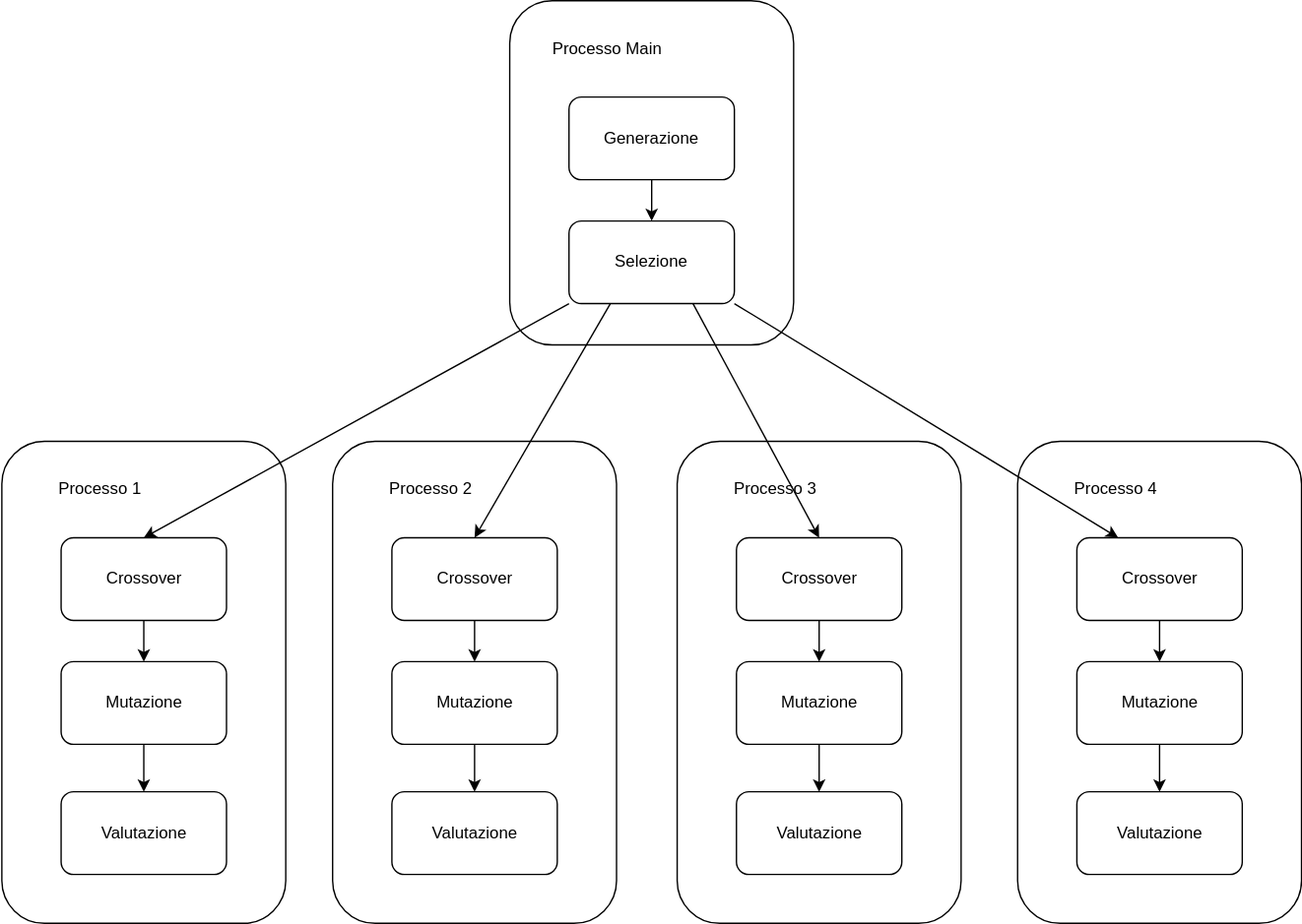
Earlier version of the draw.io export notes/images/modello2.svg (FedericoBustaffa/thesis). Source tidied: cells renumbered, new cells last; positions are measured from the earlier drawing's top-left corner, leaving out a move shared by most shapes.
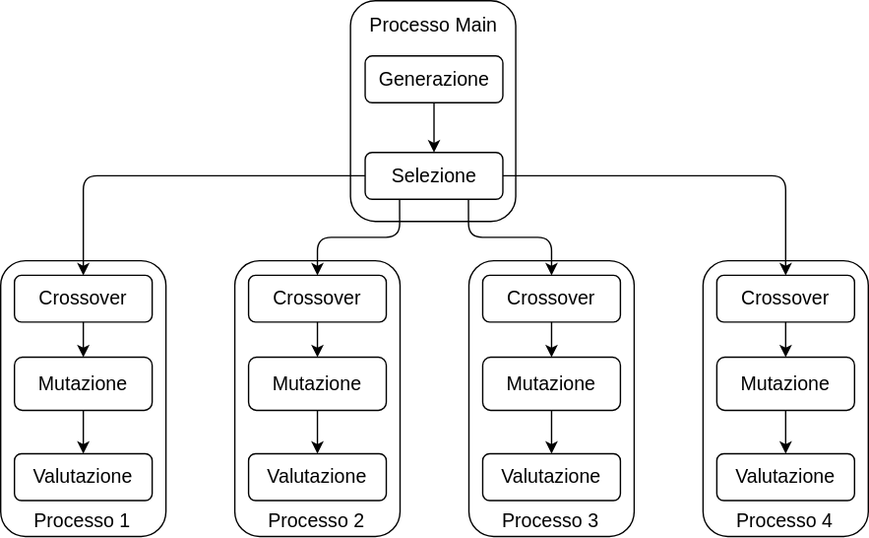
Later version of the same file.

What changed in the source:
```diff
@@ -2,116 +2,116 @@
   <root>
     <mxCell id="0" />
     <mxCell id="1" parent="0" />
-    <mxCell id="2" style="rounded=1;whiteSpace=wrap;html=1;" parent="1" vertex="1">
-      <mxGeometry x="368" width="206" height="250" as="geometry" />
+    <mxCell id="2" style="rounded=1;whiteSpace=wrap;html=1;fontSize=14;" parent="1" vertex="1">
+      <mxGeometry x="322" y="-30" width="120" height="160" as="geometry" />
     </mxCell>
-    <mxCell id="3" value="Processo Main" style="text;html=1;strokeColor=none;fillColor=none;align=center;verticalAlign=middle;whiteSpace=wrap;rounded=0;" parent="1" vertex="1">
-      <mxGeometry x="394" y="20" width="90" height="30" as="geometry" />
+    <mxCell id="3" value="Processo Main" style="text;html=1;strokeColor=none;fillColor=none;align=center;verticalAlign=middle;whiteSpace=wrap;rounded=0;fontSize=14;" parent="1" vertex="1">
+      <mxGeometry x="332.5" y="-20" width="99" height="17" as="geometry" />
     </mxCell>
-    <mxCell id="4" style="edgeStyle=none;html=1;exitX=0.5;exitY=1;exitDx=0;exitDy=0;entryX=0.5;entryY=0;entryDx=0;entryDy=0;" parent="1" edge="1" source="5" target="6">
-      <mxGeometry relative="1" as="geometry" />
-    </mxCell>
-    <mxCell id="5" value="Generazione" style="rounded=1;whiteSpace=wrap;html=1;" parent="1" vertex="1">
-      <mxGeometry x="411" y="70" width="120" height="60" as="geometry" />
+    <mxCell id="5" value="Generazione" style="rounded=1;whiteSpace=wrap;html=1;fontSize=14;" parent="1" vertex="1">
+      <mxGeometry x="332.6" y="10" width="100" height="33.9" as="geometry" />
     </mxCell>
-    <mxCell id="6" value="Selezione" style="rounded=1;whiteSpace=wrap;html=1;" parent="1" vertex="1">
-      <mxGeometry x="411" y="160" width="120" height="60" as="geometry" />
+    <mxCell id="6" value="Selezione" style="rounded=1;whiteSpace=wrap;html=1;fontSize=14;" parent="1" vertex="1">
+      <mxGeometry x="332.6" y="80" width="100" height="33.9" as="geometry" />
     </mxCell>
+    <mxCell id="4" style="edgeStyle=none;html=1;exitX=0.5;exitY=1;exitDx=0;exitDy=0;fontSize=14;" parent="1" edge="1" source="5" target="6">
+      <mxGeometry relative="1" as="geometry" />
+    </mxCell>
-    <mxCell id="7" style="rounded=1;whiteSpace=wrap;html=1;" parent="1" vertex="1">
-      <mxGeometry x="-0.5" y="320" width="206" height="350" as="geometry" />
+    <mxCell id="7" style="rounded=1;whiteSpace=wrap;html=1;fontSize=14;" parent="1" vertex="1">
+      <mxGeometry x="68" y="158.5" width="120" height="200" as="geometry" />
     </mxCell>
-    <mxCell id="8" value="Processo 1" style="text;html=1;strokeColor=none;fillColor=none;align=center;verticalAlign=middle;whiteSpace=wrap;rounded=0;" parent="1" vertex="1">
-      <mxGeometry x="25.5" y="340" width="90" height="30" as="geometry" />
+    <mxCell id="8" value="Processo 1" style="text;html=1;strokeColor=none;fillColor=none;align=center;verticalAlign=middle;whiteSpace=wrap;rounded=0;fontSize=14;" parent="1" vertex="1">
+      <mxGeometry x="85.4" y="338.5" width="85.3" height="17" as="geometry" />
     </mxCell>
+    <mxCell id="10" value="Crossover" style="rounded=1;whiteSpace=wrap;html=1;fontSize=14;" parent="1" vertex="1">
+      <mxGeometry x="78" y="169.1" width="100" height="33.9" as="geometry" />
+    </mxCell>
+    <mxCell id="12" value="Mutazione" style="rounded=1;whiteSpace=wrap;html=1;fontSize=14;" parent="1" vertex="1">
+      <mxGeometry x="78" y="228.5" width="100" height="38.5" as="geometry" />
+    </mxCell>
-    <mxCell id="9" style="edgeStyle=none;html=1;entryX=0.5;entryY=0;entryDx=0;entryDy=0;" parent="1" edge="1" source="10" target="12">
+    <mxCell id="9" style="edgeStyle=none;html=1;entryX=0.5;entryY=0;entryDx=0;entryDy=0;fontSize=14;" parent="1" edge="1" source="10" target="12">
       <mxGeometry relative="1" as="geometry" />
     </mxCell>
-    <mxCell id="10" value="Crossover" style="rounded=1;whiteSpace=wrap;html=1;" parent="1" vertex="1">
-      <mxGeometry x="42.5" y="390" width="120" height="60" as="geometry" />
-    </mxCell>
+    <mxCell id="13" value="Valutazione" style="rounded=1;whiteSpace=wrap;html=1;fontSize=14;" parent="1" vertex="1">
+      <mxGeometry x="78" y="298.5" width="100" height="33.9" as="geometry" />
+    </mxCell>
-    <mxCell id="11" style="edgeStyle=none;html=1;entryX=0.5;entryY=0;entryDx=0;entryDy=0;" parent="1" edge="1" source="12" target="13">
+    <mxCell id="11" style="edgeStyle=none;html=1;entryX=0.5;entryY=0;entryDx=0;entryDy=0;fontSize=14;" parent="1" edge="1" source="12" target="13">
       <mxGeometry relative="1" as="geometry" />
     </mxCell>
-    <mxCell id="12" value="Mutazione" style="rounded=1;whiteSpace=wrap;html=1;" parent="1" vertex="1">
-      <mxGeometry x="42.5" y="480" width="120" height="60" as="geometry" />
-    </mxCell>
-    <mxCell id="13" value="Valutazione" style="rounded=1;whiteSpace=wrap;html=1;" parent="1" vertex="1">
-      <mxGeometry x="42.5" y="574.5" width="120" height="60" as="geometry" />
-    </mxCell>
-    <mxCell id="14" style="rounded=1;whiteSpace=wrap;html=1;" parent="1" vertex="1">
-      <mxGeometry x="239.5" y="320" width="206" height="350" as="geometry" />
-    </mxCell>
+    <mxCell id="39" style="rounded=1;whiteSpace=wrap;html=1;fontSize=14;" parent="1" vertex="1">
+      <mxGeometry x="238" y="158.5" width="120" height="200" as="geometry" />
+    </mxCell>
-    <mxCell id="15" value="Processo 2" style="text;html=1;strokeColor=none;fillColor=none;align=center;verticalAlign=middle;whiteSpace=wrap;rounded=0;" parent="1" vertex="1">
-      <mxGeometry x="265.5" y="340" width="90" height="30" as="geometry" />
+    <mxCell id="15" value="Processo 2" style="text;html=1;strokeColor=none;fillColor=none;align=center;verticalAlign=middle;whiteSpace=wrap;rounded=0;fontSize=14;" parent="1" vertex="1">
+      <mxGeometry x="255.4" y="338.5" width="85.3" height="17" as="geometry" />
     </mxCell>
-    <mxCell id="16" style="edgeStyle=none;html=1;entryX=0.5;entryY=0;entryDx=0;entryDy=0;" parent="1" edge="1" source="17" target="19">
-      <mxGeometry relative="1" as="geometry" />
-    </mxCell>
-    <mxCell id="17" value="Crossover" style="rounded=1;whiteSpace=wrap;html=1;" parent="1" vertex="1">
-      <mxGeometry x="282.5" y="390" width="120" height="60" as="geometry" />
-    </mxCell>
-    <mxCell id="18" style="edgeStyle=none;html=1;entryX=0.5;entryY=0;entryDx=0;entryDy=0;" parent="1" edge="1" source="19" target="20">
-      <mxGeometry relative="1" as="geometry" />
-    </mxCell>
-    <mxCell id="19" value="Mutazione" style="rounded=1;whiteSpace=wrap;html=1;" parent="1" vertex="1">
-      <mxGeometry x="282.5" y="480" width="120" height="60" as="geometry" />
-    </mxCell>
-    <mxCell id="20" value="Valutazione" style="rounded=1;whiteSpace=wrap;html=1;" parent="1" vertex="1">
-      <mxGeometry x="282.5" y="574.5" width="120" height="60" as="geometry" />
-    </mxCell>
-    <mxCell id="21" style="rounded=1;whiteSpace=wrap;html=1;" parent="1" vertex="1">
-      <mxGeometry x="489.5" y="320" width="206" height="350" as="geometry" />
-    </mxCell>
+    <mxCell id="40" value="Crossover" style="rounded=1;whiteSpace=wrap;html=1;fontSize=14;" parent="1" vertex="1">
+      <mxGeometry x="248" y="169.1" width="100" height="33.9" as="geometry" />
+    </mxCell>
+    <mxCell id="41" value="Mutazione" style="rounded=1;whiteSpace=wrap;html=1;fontSize=14;" parent="1" vertex="1">
+      <mxGeometry x="248" y="228.5" width="100" height="38.5" as="geometry" />
+    </mxCell>
+    <mxCell id="42" style="edgeStyle=none;html=1;entryX=0.5;entryY=0;entryDx=0;entryDy=0;fontSize=14;" parent="1" edge="1" source="40" target="41">
+      <mxGeometry relative="1" as="geometry" />
+    </mxCell>
+    <mxCell id="43" value="Valutazione" style="rounded=1;whiteSpace=wrap;html=1;fontSize=14;" parent="1" vertex="1">
+      <mxGeometry x="248" y="298.5" width="100" height="33.9" as="geometry" />
+    </mxCell>
+    <mxCell id="44" style="edgeStyle=none;html=1;entryX=0.5;entryY=0;entryDx=0;entryDy=0;fontSize=14;" parent="1" edge="1" source="41" target="43">
+      <mxGeometry relative="1" as="geometry" />
+    </mxCell>
+    <mxCell id="45" style="rounded=1;whiteSpace=wrap;html=1;fontSize=14;" parent="1" vertex="1">
+      <mxGeometry x="408" y="158.5" width="120" height="200" as="geometry" />
+    </mxCell>
-    <mxCell id="22" value="Processo 3" style="text;html=1;strokeColor=none;fillColor=none;align=center;verticalAlign=middle;whiteSpace=wrap;rounded=0;" parent="1" vertex="1">
-      <mxGeometry x="515.5" y="340" width="90" height="30" as="geometry" />
+    <mxCell id="22" value="Processo 3" style="text;html=1;strokeColor=none;fillColor=none;align=center;verticalAlign=middle;whiteSpace=wrap;rounded=0;fontSize=14;" parent="1" vertex="1">
+      <mxGeometry x="425.4" y="338.5" width="85.3" height="17" as="geometry" />
     </mxCell>
-    <mxCell id="23" style="edgeStyle=none;html=1;exitX=0.5;exitY=1;exitDx=0;exitDy=0;entryX=0.5;entryY=0;entryDx=0;entryDy=0;" parent="1" edge="1" source="24" target="26">
-      <mxGeometry relative="1" as="geometry" />
-    </mxCell>
-    <mxCell id="24" value="Crossover" style="rounded=1;whiteSpace=wrap;html=1;" parent="1" vertex="1">
-      <mxGeometry x="532.5" y="390" width="120" height="60" as="geometry" />
-    </mxCell>
-    <mxCell id="25" style="edgeStyle=none;html=1;exitX=0.5;exitY=1;exitDx=0;exitDy=0;entryX=0.5;entryY=0;entryDx=0;entryDy=0;" parent="1" edge="1" source="26" target="27">
-      <mxGeometry relative="1" as="geometry" />
-    </mxCell>
-    <mxCell id="26" value="Mutazione" style="rounded=1;whiteSpace=wrap;html=1;" parent="1" vertex="1">
-      <mxGeometry x="532.5" y="480" width="120" height="60" as="geometry" />
-    </mxCell>
-    <mxCell id="27" value="Valutazione" style="rounded=1;whiteSpace=wrap;html=1;" parent="1" vertex="1">
-      <mxGeometry x="532.5" y="574.5" width="120" height="60" as="geometry" />
-    </mxCell>
-    <mxCell id="28" style="rounded=1;whiteSpace=wrap;html=1;" parent="1" vertex="1">
-      <mxGeometry x="736.5" y="320" width="206" height="350" as="geometry" />
-    </mxCell>
+    <mxCell id="46" value="Crossover" style="rounded=1;whiteSpace=wrap;html=1;fontSize=14;" parent="1" vertex="1">
+      <mxGeometry x="418" y="169.1" width="100" height="33.9" as="geometry" />
+    </mxCell>
+    <mxCell id="47" value="Mutazione" style="rounded=1;whiteSpace=wrap;html=1;fontSize=14;" parent="1" vertex="1">
+      <mxGeometry x="418" y="228.5" width="100" height="38.5" as="geometry" />
+    </mxCell>
+    <mxCell id="48" style="edgeStyle=none;html=1;entryX=0.5;entryY=0;entryDx=0;entryDy=0;fontSize=14;" parent="1" edge="1" source="46" target="47">
+      <mxGeometry relative="1" as="geometry" />
+    </mxCell>
+    <mxCell id="49" value="Valutazione" style="rounded=1;whiteSpace=wrap;html=1;fontSize=14;" parent="1" vertex="1">
+      <mxGeometry x="418" y="298.5" width="100" height="33.9" as="geometry" />
+    </mxCell>
+    <mxCell id="50" style="edgeStyle=none;html=1;entryX=0.5;entryY=0;entryDx=0;entryDy=0;fontSize=14;" parent="1" edge="1" source="47" target="49">
+      <mxGeometry relative="1" as="geometry" />
+    </mxCell>
+    <mxCell id="51" style="rounded=1;whiteSpace=wrap;html=1;fontSize=14;" parent="1" vertex="1">
+      <mxGeometry x="578" y="158.5" width="120" height="200" as="geometry" />
+    </mxCell>
-    <mxCell id="29" value="Processo 4" style="text;html=1;strokeColor=none;fillColor=none;align=center;verticalAlign=middle;whiteSpace=wrap;rounded=0;" parent="1" vertex="1">
-      <mxGeometry x="762.5" y="340" width="90" height="30" as="geometry" />
+    <mxCell id="29" value="Processo 4" style="text;html=1;strokeColor=none;fillColor=none;align=center;verticalAlign=middle;whiteSpace=wrap;rounded=0;fontSize=14;" parent="1" vertex="1">
+      <mxGeometry x="595.4" y="338.5" width="85.3" height="17" as="geometry" />
     </mxCell>
-    <mxCell id="30" style="edgeStyle=none;html=1;entryX=0.5;entryY=0;entryDx=0;entryDy=0;" parent="1" edge="1" source="31" target="33">
-      <mxGeometry relative="1" as="geometry" />
-    </mxCell>
-    <mxCell id="31" value="Crossover" style="rounded=1;whiteSpace=wrap;html=1;" parent="1" vertex="1">
-      <mxGeometry x="779.5" y="390" width="120" height="60" as="geometry" />
-    </mxCell>
-    <mxCell id="32" style="edgeStyle=none;html=1;entryX=0.5;entryY=0;entryDx=0;entryDy=0;" parent="1" edge="1" source="33" target="34">
-      <mxGeometry relative="1" as="geometry" />
-    </mxCell>
-    <mxCell id="33" value="Mutazione" style="rounded=1;whiteSpace=wrap;html=1;" parent="1" vertex="1">
-      <mxGeometry x="779.5" y="480" width="120" height="60" as="geometry" />
-    </mxCell>
-    <mxCell id="34" value="Valutazione" style="rounded=1;whiteSpace=wrap;html=1;" parent="1" vertex="1">
-      <mxGeometry x="779.5" y="574.5" width="120" height="60" as="geometry" />
-    </mxCell>
+    <mxCell id="52" value="Crossover" style="rounded=1;whiteSpace=wrap;html=1;fontSize=14;" parent="1" vertex="1">
+      <mxGeometry x="588" y="169.1" width="100" height="33.9" as="geometry" />
+    </mxCell>
+    <mxCell id="53" value="Mutazione" style="rounded=1;whiteSpace=wrap;html=1;fontSize=14;" parent="1" vertex="1">
+      <mxGeometry x="588" y="228.5" width="100" height="38.5" as="geometry" />
+    </mxCell>
+    <mxCell id="54" style="edgeStyle=none;html=1;entryX=0.5;entryY=0;entryDx=0;entryDy=0;fontSize=14;" parent="1" edge="1" source="52" target="53">
+      <mxGeometry relative="1" as="geometry" />
+    </mxCell>
+    <mxCell id="55" value="Valutazione" style="rounded=1;whiteSpace=wrap;html=1;fontSize=14;" parent="1" vertex="1">
+      <mxGeometry x="588" y="298.5" width="100" height="33.9" as="geometry" />
+    </mxCell>
+    <mxCell id="56" style="edgeStyle=none;html=1;entryX=0.5;entryY=0;entryDx=0;entryDy=0;fontSize=14;" parent="1" edge="1" source="53" target="55">
+      <mxGeometry relative="1" as="geometry" />
+    </mxCell>
-    <mxCell id="35" style="edgeStyle=none;html=1;exitX=0;exitY=1;exitDx=0;exitDy=0;entryX=0.5;entryY=0;entryDx=0;entryDy=0;" parent="1" edge="1" source="6" target="10">
+    <mxCell id="35" style="edgeStyle=orthogonalEdgeStyle;html=1;entryX=0.5;entryY=0;entryDx=0;entryDy=0;" parent="1" edge="1" source="6" target="10">
       <mxGeometry relative="1" as="geometry" />
     </mxCell>
-    <mxCell id="36" style="edgeStyle=none;html=1;exitX=0.25;exitY=1;exitDx=0;exitDy=0;entryX=0.5;entryY=0;entryDx=0;entryDy=0;" parent="1" edge="1" source="6" target="17">
-      <mxGeometry relative="1" as="geometry" />
-    </mxCell>
-    <mxCell id="37" style="edgeStyle=none;html=1;exitX=0.75;exitY=1;exitDx=0;exitDy=0;entryX=0.5;entryY=0;entryDx=0;entryDy=0;" parent="1" edge="1" source="6" target="24">
-      <mxGeometry relative="1" as="geometry" />
-    </mxCell>
-    <mxCell id="38" style="edgeStyle=none;html=1;exitX=1;exitY=1;exitDx=0;exitDy=0;entryX=0.25;entryY=0;entryDx=0;entryDy=0;" parent="1" edge="1" source="6" target="31">
-      <mxGeometry relative="1" as="geometry" />
-    </mxCell>
+    <mxCell id="57" style="edgeStyle=orthogonalEdgeStyle;html=1;exitX=0.25;exitY=1;exitDx=0;exitDy=0;entryX=0.5;entryY=0;entryDx=0;entryDy=0;" parent="1" edge="1" source="6" target="40">
+      <mxGeometry relative="1" as="geometry" />
+    </mxCell>
+    <mxCell id="58" style="edgeStyle=orthogonalEdgeStyle;html=1;exitX=0.75;exitY=1;exitDx=0;exitDy=0;entryX=0.5;entryY=0;entryDx=0;entryDy=0;" parent="1" edge="1" source="6" target="46">
+      <mxGeometry relative="1" as="geometry" />
+    </mxCell>
+    <mxCell id="59" style="edgeStyle=orthogonalEdgeStyle;html=1;entryX=0.5;entryY=0;entryDx=0;entryDy=0;" parent="1" edge="1" source="6" target="52">
+      <mxGeometry relative="1" as="geometry" />
+    </mxCell>
   </root>
 </mxGraphModel>
```
